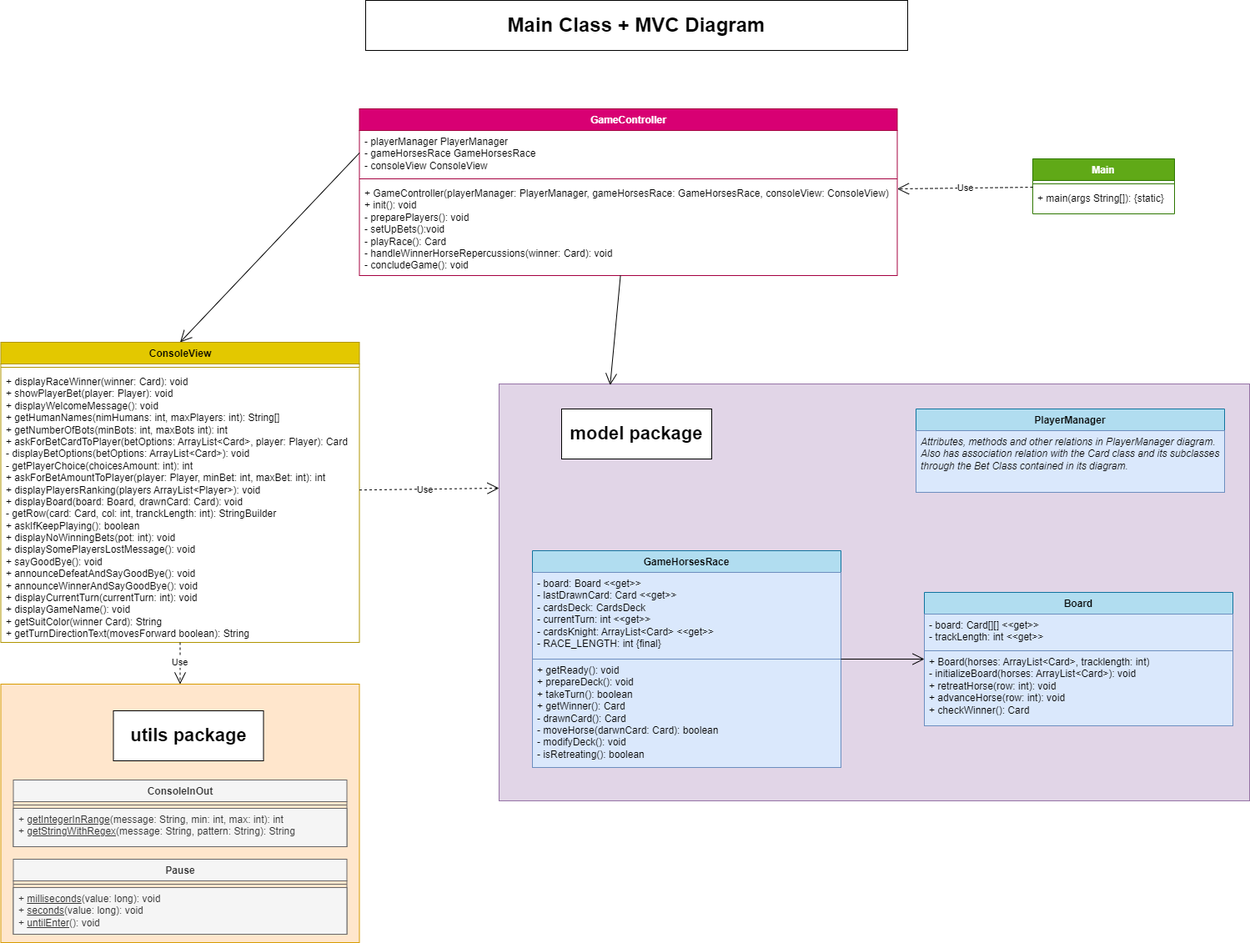
svmmydev/HorseRace-Console keeps this draw.io diagram as resources/class-diagrams/MVC.png. Above is the earlier version. Source tidied: cells renumbered, new cells last; positions are measured from the earlier drawing's top-left corner, leaving out a move shared by most shapes.
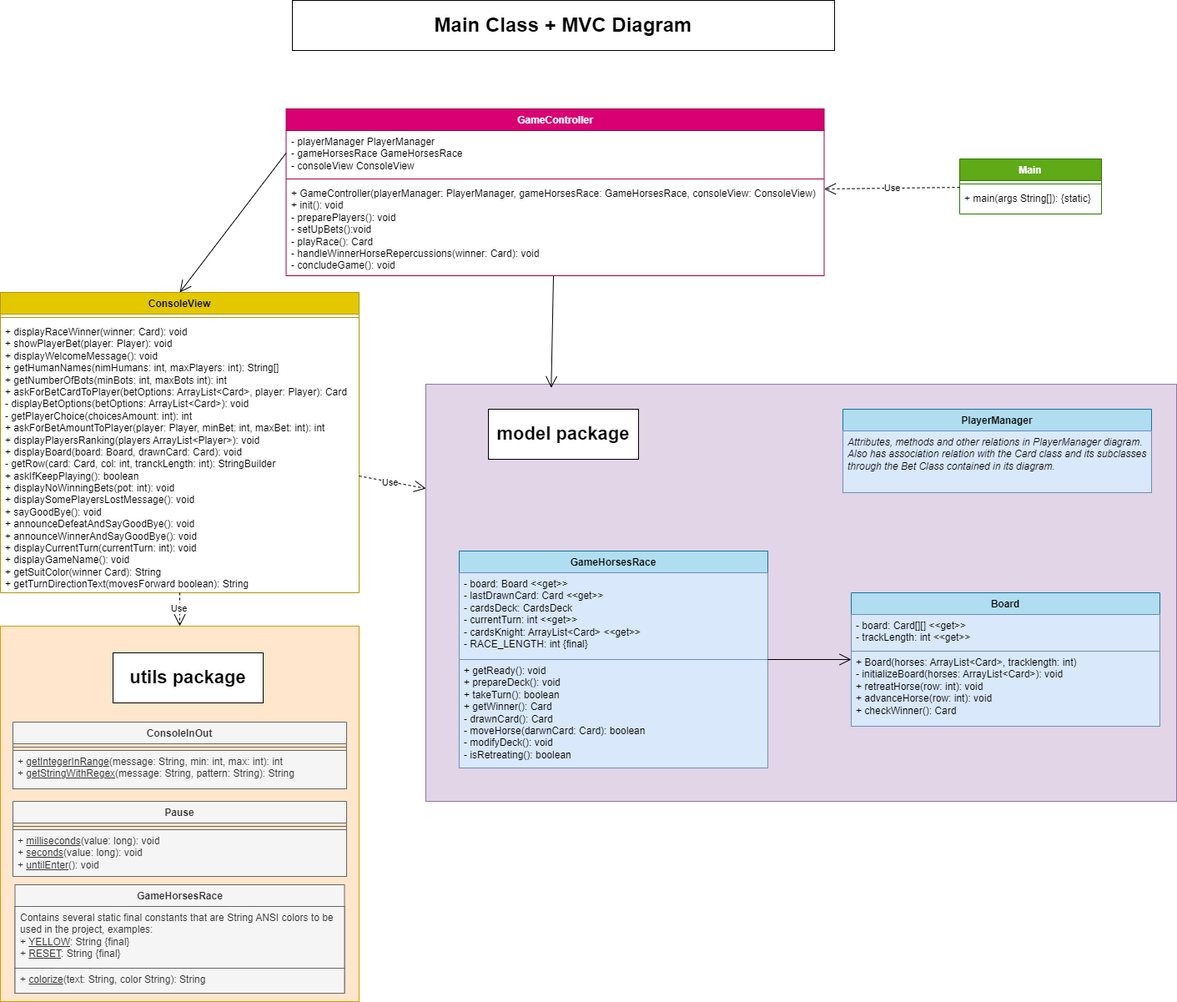
Later version of the same file.

Commit message:
updated class diagram with last changes

Diff of the diagram source:
```diff
@@ -30,7 +30,7 @@
       <mxGeometry x="598" y="460" width="900" height="500" as="geometry" />
     </mxCell>
     <mxCell id="11" value="ConsoleView" style="swimlane;fontStyle=1;align=center;verticalAlign=top;horizontal=1;startSize=26;whiteSpace=wrap;html=1;fillColor=#e3c800;strokeColor=#B09500;fontColor=#000000;" parent="1" vertex="1">
-      <mxGeometry x="0.5" y="410" width="430" height="360" as="geometry" />
+      <mxGeometry x="88" y="350" width="430" height="360" as="geometry" />
     </mxCell>
     <mxCell id="12" style="line;strokeWidth=1;fillColor=none;align=left;verticalAlign=middle;spacingTop=-1;spacingLeft=3;spacingRight=3;labelPosition=right;strokeColor=inherit;" parent="11" vertex="1">
       <mxGeometry y="26" width="430" height="8" as="geometry" />
@@ -68,7 +68,7 @@
     <mxCell id="23" value="Use" style="endArrow=open;endSize=12;dashed=1;html=1;rounded=0;entryX=0;entryY=0.25;entryDx=0;entryDy=0;" parent="1" edge="1" source="11" target="10">
       <mxGeometry x="-0.06" y="-1" relative="1" as="geometry" />
     </mxCell>
-    <mxCell id="24" style="endArrow=open;endFill=1;endSize=12;html=1;rounded=0;entryX=0.148;entryY=0.003;entryDx=0;entryDy=0;entryPerimeter=0;" parent="1" edge="1" source="6" target="10">
+    <mxCell id="24" style="endArrow=open;endFill=1;endSize=12;html=1;rounded=0;entryX=0.167;entryY=0.009;entryDx=0;entryDy=0;entryPerimeter=0;" parent="1" edge="1" source="6" target="10">
       <mxGeometry relative="1" as="geometry" />
     </mxCell>
     <mxCell id="25" style="endArrow=open;endFill=1;endSize=12;html=1;rounded=0;entryX=0.5;entryY=0;entryDx=0;entryDy=0;exitX=0;exitY=0.5;exitDx=0;exitDy=0;" parent="1" edge="1" source="7" target="11">
@@ -78,10 +78,10 @@
       <mxGeometry x="673" y="490" width="180" height="60" as="geometry" />
     </mxCell>
     <mxCell id="27" style="rounded=0;whiteSpace=wrap;html=1;fillColor=#ffe6cc;strokeColor=#d79b00;" parent="1" vertex="1">
-      <mxGeometry x="0.5" y="820" width="430" height="310" as="geometry" />
+      <mxGeometry x="88" y="750" width="430" height="450" as="geometry" />
     </mxCell>
     <mxCell id="28" value="ConsoleInOut" style="swimlane;fontStyle=1;align=center;verticalAlign=top;horizontal=1;startSize=26;whiteSpace=wrap;html=1;fillColor=#f5f5f5;strokeColor=#666666;fontColor=#333333;" parent="1" vertex="1">
-      <mxGeometry x="15.5" y="935" width="400" height="80" as="geometry" />
+      <mxGeometry x="103" y="865" width="400" height="80" as="geometry" />
     </mxCell>
     <mxCell id="29" style="line;strokeWidth=1;fillColor=#f5f5f5;align=left;verticalAlign=middle;spacingTop=-1;spacingLeft=3;spacingRight=3;labelPosition=right;strokeColor=#666666;fontColor=#333333;" parent="28" vertex="1">
       <mxGeometry y="26" width="400" height="8" as="geometry" />
@@ -90,7 +90,7 @@
       <mxGeometry y="34" width="400" height="46" as="geometry" />
     </mxCell>
     <mxCell id="31" value="Pause" style="swimlane;fontStyle=1;align=center;verticalAlign=top;horizontal=1;startSize=26;whiteSpace=wrap;html=1;fillColor=#f5f5f5;strokeColor=#666666;fontColor=#333333;" parent="1" vertex="1">
-      <mxGeometry x="15.5" y="1030" width="400" height="90" as="geometry" />
+      <mxGeometry x="103" y="960" width="400" height="90" as="geometry" />
     </mxCell>
     <mxCell id="32" style="line;strokeWidth=1;fillColor=#f5f5f5;align=left;verticalAlign=middle;spacingTop=-1;spacingLeft=3;spacingRight=3;labelPosition=right;strokeColor=#666666;fontColor=#333333;" parent="31" vertex="1">
       <mxGeometry y="26" width="400" height="8" as="geometry" />
@@ -99,7 +99,7 @@
       <mxGeometry y="34" width="400" height="56" as="geometry" />
     </mxCell>
     <mxCell id="34" value="utils package" style="html=1;whiteSpace=wrap;fontSize=22;fontStyle=1;" parent="1" vertex="1">
-      <mxGeometry x="135.5" y="852" width="180" height="60" as="geometry" />
+      <mxGeometry x="223" y="782" width="180" height="60" as="geometry" />
     </mxCell>
     <mxCell id="35" value="Use" style="endArrow=open;endSize=12;dashed=1;html=1;rounded=0;entryX=0.5;entryY=0;entryDx=0;entryDy=0;" parent="1" edge="1" source="11" target="27">
       <mxGeometry x="-0.06" y="-1" relative="1" as="geometry" />
@@ -107,5 +107,14 @@
     <mxCell id="36" style="endArrow=open;endFill=1;endSize=12;html=1;rounded=0;" parent="1" edge="1" source="14" target="19">
       <mxGeometry relative="1" as="geometry" />
     </mxCell>
+    <mxCell id="37" value="GameHorsesRace" style="swimlane;fontStyle=1;align=center;verticalAlign=top;horizontal=1;startSize=26;whiteSpace=wrap;html=1;fillColor=#f5f5f5;strokeColor=#666666;fontColor=#333333;" parent="1" vertex="1">
+      <mxGeometry x="105.5" y="1060" width="395" height="130" as="geometry" />
+    </mxCell>
+    <mxCell id="38" value="Contains several static final constants that are String ANSI colors to be used in the project, examples:&lt;div&gt;&lt;div&gt;+ &lt;u&gt;YELLOW&lt;/u&gt;: String {final}&lt;/div&gt;&lt;div&gt;+ &lt;u&gt;RESET&lt;/u&gt;: String {final}&lt;/div&gt;&lt;/div&gt;" style="text;strokeColor=#666666;fillColor=#f5f5f5;align=left;verticalAlign=top;spacingLeft=4;spacingRight=4;overflow=hidden;whiteSpace=wrap;html=1;fontColor=#333333;" parent="37" vertex="1">
+      <mxGeometry y="26" width="395" height="74" as="geometry" />
+    </mxCell>
+    <mxCell id="39" value="&lt;div&gt;+ &lt;u&gt;colorize&lt;/u&gt;(text: String, color String): String&lt;/div&gt;" style="text;strokeColor=#666666;fillColor=#f5f5f5;align=left;verticalAlign=top;spacingLeft=4;spacingRight=4;overflow=hidden;whiteSpace=wrap;html=1;fontColor=#333333;" parent="37" vertex="1">
+      <mxGeometry y="100" width="395" height="30" as="geometry" />
+    </mxCell>
   </root>
 </mxGraphModel>
```
